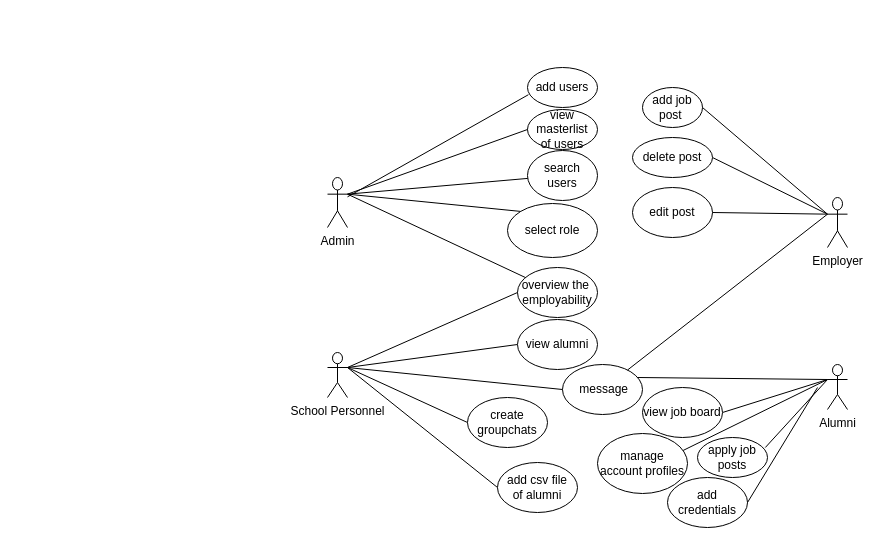
Earlier version of the draw.io diagram page "usecase diagram" (7 of 12) of docs/FLOWCHART.drawio (5kydriven/alumni-tracker-system-nuxt). Source tidied: cells renumbered, new cells numbered last; positions are measured from the earlier drawing's top-left corner, leaving out a move shared by most shapes. Both pictures are drawn from the tidied source at 100%, with x=0, y=0 at pixel (327, 67).
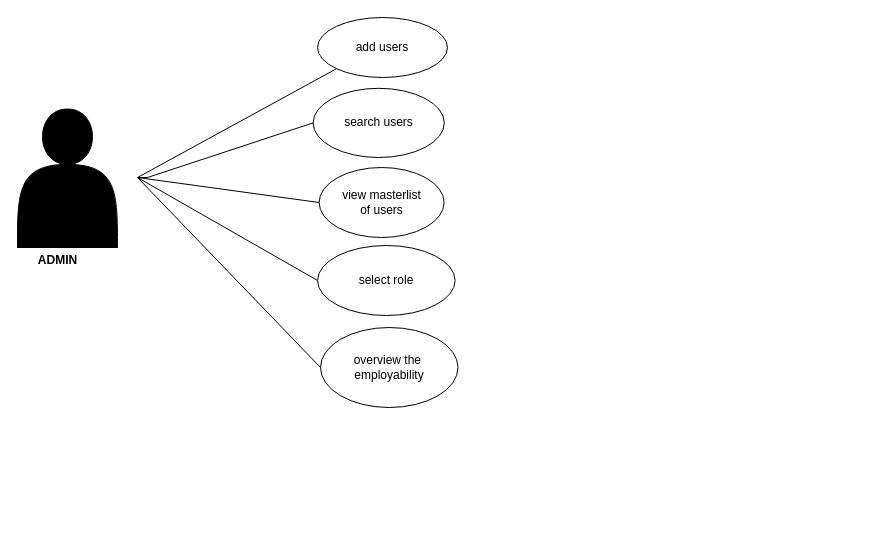
After the change.

What changed in the source:
```diff
@@
     <mxCell id="2" value="view masterlist&lt;div&gt;of users&lt;/div&gt;" style="ellipse;whiteSpace=wrap;html=1;" parent="1" vertex="1">
-      <mxGeometry x="200" y="42" width="70" height="40" as="geometry" />
+      <mxGeometry x="-8.4" y="100" width="125" height="70" as="geometry" />
     </mxCell>
     <mxCell id="3" value="add users" style="ellipse;whiteSpace=wrap;html=1;" parent="1" vertex="1">
-      <mxGeometry x="200" width="70" height="40" as="geometry" />
+      <mxGeometry x="-10" y="-50" width="130" height="60" as="geometry" />
     </mxCell>
     <mxCell id="4" value="select role" style="ellipse;whiteSpace=wrap;html=1;" parent="1" vertex="1">
-      <mxGeometry x="180" y="136" width="90" height="54" as="geometry" />
+      <mxGeometry x="-9.9" y="178" width="137.5" height="70" as="geometry" />
     </mxCell>
-    <mxCell id="5" value="add job post&amp;nbsp;" style="ellipse;whiteSpace=wrap;html=1;" parent="1" vertex="1">
-      <mxGeometry x="315" y="20" width="60" height="40" as="geometry" />
-    </mxCell>
-    <mxCell id="6" value="&amp;nbsp;message" style="ellipse;whiteSpace=wrap;html=1;" parent="1" vertex="1">
-      <mxGeometry x="235" y="297" width="80" height="50" as="geometry" />
-    </mxCell>
     <mxCell id="7" value="search users" style="ellipse;whiteSpace=wrap;html=1;" parent="1" vertex="1">
-      <mxGeometry x="200" y="83" width="70" height="50" as="geometry" />
+      <mxGeometry x="-14.4" y="20.8" width="131.2" height="69.2" as="geometry" />
     </mxCell>
-    <mxCell id="8" value="manage account profiles" style="ellipse;whiteSpace=wrap;html=1;" parent="1" vertex="1">
-      <mxGeometry x="270" y="366" width="90" height="60" as="geometry" />
-    </mxCell>
-    <mxCell id="9" style="endArrow=none;html=1;rounded=0;entryX=0.013;entryY=0.68;entryDx=0;entryDy=0;entryPerimeter=0;" parent="1" edge="1" source="30" target="3">
-      <mxGeometry relative="1" as="geometry" />
-    </mxCell>
-    <mxCell id="10" style="endArrow=none;html=1;rounded=0;entryX=0;entryY=0.5;entryDx=0;entryDy=0;exitX=1;exitY=0.3333333333333333;exitDx=0;exitDy=0;exitPerimeter=0;" parent="1" edge="1" source="30" target="2">
-      <mxGeometry relative="1" as="geometry" />
-    </mxCell>
-    <mxCell id="11" style="endArrow=none;html=1;rounded=0;exitX=1;exitY=0.3333333333333333;exitDx=0;exitDy=0;exitPerimeter=0;entryX=0;entryY=0.5;entryDx=0;entryDy=0;" parent="1" edge="1" source="14" target="31">
-      <mxGeometry relative="1" as="geometry" />
-    </mxCell>
-    <mxCell id="12" style="endArrow=none;html=1;rounded=0;exitX=1;exitY=0.3333333333333333;exitDx=0;exitDy=0;exitPerimeter=0;" parent="1" edge="1" source="30" target="7">
-      <mxGeometry relative="1" as="geometry" />
-    </mxCell>
-    <mxCell id="13" style="endArrow=none;html=1;rounded=0;exitX=1;exitY=0.3333333333333333;exitDx=0;exitDy=0;exitPerimeter=0;entryX=0;entryY=0.5;entryDx=0;entryDy=0;" parent="1" edge="1" source="14" target="16">
-      <mxGeometry relative="1" as="geometry" />
-    </mxCell>
-    <mxCell id="14" value="School Personnel" style="shape=umlActor;verticalLabelPosition=bottom;verticalAlign=top;html=1;outlineConnect=0;" parent="1" vertex="1">
-      <mxGeometry y="285" width="20" height="45" as="geometry" />
-    </mxCell>
-    <mxCell id="15" style="endArrow=none;html=1;rounded=0;entryX=0;entryY=0.5;entryDx=0;entryDy=0;exitX=1;exitY=0.3333333333333333;exitDx=0;exitDy=0;exitPerimeter=0;" parent="1" edge="1" source="14" target="17">
-      <mxGeometry relative="1" as="geometry" />
-    </mxCell>
-    <mxCell id="16" value="create groupchats" style="ellipse;whiteSpace=wrap;html=1;" parent="1" vertex="1">
-      <mxGeometry x="140" y="330" width="80" height="50" as="geometry" />
-    </mxCell>
-    <mxCell id="17" value="add csv file&lt;div&gt;of alumni&lt;/div&gt;" style="ellipse;whiteSpace=wrap;html=1;" parent="1" vertex="1">
-      <mxGeometry x="170" y="395" width="80" height="50" as="geometry" />
-    </mxCell>
-    <mxCell id="18" style="endArrow=none;html=1;rounded=0;entryX=0;entryY=0.5;entryDx=0;entryDy=0;exitX=1;exitY=0.3333333333333333;exitDx=0;exitDy=0;exitPerimeter=0;" parent="1" edge="1" source="14" target="6">
-      <mxGeometry relative="1" as="geometry" />
-    </mxCell>
-    <mxCell id="19" style="endArrow=none;html=1;rounded=0;exitX=1;exitY=0.5;exitDx=0;exitDy=0;entryX=0;entryY=0.3333333333333333;entryDx=0;entryDy=0;entryPerimeter=0;" parent="1" edge="1" source="24" target="23">
-      <mxGeometry relative="1" as="geometry" />
-    </mxCell>
-    <mxCell id="20" style="endArrow=none;html=1;rounded=0;exitX=1;exitY=0.5;exitDx=0;exitDy=0;entryX=0;entryY=0.3333333333333333;entryDx=0;entryDy=0;entryPerimeter=0;" parent="1" edge="1" source="5" target="23">
-      <mxGeometry relative="1" as="geometry" />
-    </mxCell>
-    <mxCell id="21" value="apply job posts" style="ellipse;whiteSpace=wrap;html=1;" parent="1" vertex="1">
-      <mxGeometry x="370" y="370" width="70" height="40" as="geometry" />
-    </mxCell>
-    <mxCell id="22" value="Alumni" style="shape=umlActor;verticalLabelPosition=bottom;verticalAlign=top;html=1;outlineConnect=0;" parent="1" vertex="1">
-      <mxGeometry x="500" y="297" width="20" height="45" as="geometry" />
-    </mxCell>
-    <mxCell id="23" value="Employer" style="shape=umlActor;verticalLabelPosition=bottom;verticalAlign=top;html=1;outlineConnect=0;" parent="1" vertex="1">
-      <mxGeometry x="500" y="130" width="20" height="50" as="geometry" />
-    </mxCell>
-    <mxCell id="24" value="delete post" style="ellipse;whiteSpace=wrap;html=1;" parent="1" vertex="1">
-      <mxGeometry x="305" y="70" width="80" height="40" as="geometry" />
-    </mxCell>
-    <mxCell id="25" style="endArrow=none;html=1;rounded=0;entryX=0.969;entryY=0.25;entryDx=0;entryDy=0;entryPerimeter=0;exitX=0;exitY=0.3333333333333333;exitDx=0;exitDy=0;exitPerimeter=0;" parent="1" edge="1" source="22" target="21">
-      <mxGeometry relative="1" as="geometry" />
-    </mxCell>
-    <mxCell id="26" style="endArrow=none;html=1;rounded=0;exitX=1;exitY=0.5;exitDx=0;exitDy=0;entryX=0;entryY=0.3333333333333333;entryDx=0;entryDy=0;entryPerimeter=0;" parent="1" edge="1" source="29" target="22">
-      <mxGeometry relative="1" as="geometry" />
-    </mxCell>
-    <mxCell id="27" style="endArrow=none;html=1;rounded=0;entryX=0;entryY=0.3333333333333333;entryDx=0;entryDy=0;entryPerimeter=0;" parent="1" edge="1" source="6" target="23">
-      <mxGeometry relative="1" as="geometry" />
-    </mxCell>
-    <mxCell id="28" style="endArrow=none;html=1;rounded=0;entryX=0;entryY=0.3333333333333333;entryDx=0;entryDy=0;entryPerimeter=0;exitX=0.951;exitY=0.283;exitDx=0;exitDy=0;exitPerimeter=0;" parent="1" edge="1" source="8" target="22">
-      <mxGeometry relative="1" as="geometry" />
-    </mxCell>
-    <mxCell id="29" value="view job board" style="ellipse;whiteSpace=wrap;html=1;" parent="1" vertex="1">
-      <mxGeometry x="315" y="320" width="80" height="50" as="geometry" />
-    </mxCell>
-    <mxCell id="30" value="Admin" style="shape=umlActor;verticalLabelPosition=bottom;verticalAlign=top;html=1;outlineConnect=0;" parent="1" vertex="1">
-      <mxGeometry y="110" width="20" height="50" as="geometry" />
-    </mxCell>
-    <mxCell id="31" value="view alumni" style="ellipse;whiteSpace=wrap;html=1;" parent="1" vertex="1">
-      <mxGeometry x="190" y="252" width="80" height="50" as="geometry" />
-    </mxCell>
+    <mxCell id="41" style="shape=actor;whiteSpace=wrap;html=1;strokeColor=#000000;fillColor=#000000;" parent="1" vertex="1">
+      <mxGeometry x="-310" y="41.5" width="100" height="138.5" as="geometry" />
+    </mxCell>
+    <mxCell id="42" style="endArrow=none;html=1;rounded=0;entryX=0;entryY=0.5;entryDx=0;entryDy=0;" parent="1" edge="1" target="4">
+      <mxGeometry relative="1" as="geometry">
+        <mxPoint x="-190" y="110" as="sourcePoint" />
+      </mxGeometry>
+    </mxCell>
+    <mxCell id="43" style="endArrow=none;html=1;rounded=0;entryX=0;entryY=0.5;entryDx=0;entryDy=0;" parent="1" edge="1" target="7">
+      <mxGeometry relative="1" as="geometry">
+        <mxPoint x="-180" y="110" as="sourcePoint" />
+        <Array as="points">
+          <mxPoint x="-190" y="110" />
+          <mxPoint x="-180" y="110" />
+        </Array>
+      </mxGeometry>
+    </mxCell>
+    <mxCell id="44" style="endArrow=none;html=1;rounded=0;entryX=0;entryY=0.5;entryDx=0;entryDy=0;" parent="1" edge="1" target="2">
+      <mxGeometry relative="1" as="geometry">
+        <mxPoint x="-190" y="110" as="sourcePoint" />
+      </mxGeometry>
+    </mxCell>
+    <mxCell id="45" style="endArrow=none;html=1;rounded=0;entryX=0;entryY=1;entryDx=0;entryDy=0;" parent="1" edge="1" target="3">
+      <mxGeometry relative="1" as="geometry">
+        <mxPoint x="-190" y="110" as="sourcePoint" />
+      </mxGeometry>
+    </mxCell>
     <mxCell id="32" value="overview the&amp;nbsp;&lt;div&gt;employability&lt;/div&gt;" style="ellipse;whiteSpace=wrap;html=1;" parent="1" vertex="1">
-      <mxGeometry x="190" y="200" width="80" height="50" as="geometry" />
+      <mxGeometry x="-7" y="260" width="137.5" height="80" as="geometry" />
     </mxCell>
-    <mxCell id="33" style="endArrow=none;html=1;rounded=0;exitX=1;exitY=0.3333333333333333;exitDx=0;exitDy=0;exitPerimeter=0;entryX=0;entryY=0;entryDx=0;entryDy=0;" parent="1" edge="1" source="30" target="4">
-      <mxGeometry relative="1" as="geometry" />
-    </mxCell>
-    <mxCell id="34" style="endArrow=none;html=1;rounded=0;exitX=1;exitY=0.3333333333333333;exitDx=0;exitDy=0;exitPerimeter=0;entryX=0;entryY=0.5;entryDx=0;entryDy=0;" parent="1" edge="1" source="14" target="32">
-      <mxGeometry relative="1" as="geometry" />
-    </mxCell>
-    <mxCell id="35" style="endArrow=none;html=1;rounded=0;exitX=1;exitY=0.3333333333333333;exitDx=0;exitDy=0;exitPerimeter=0;" parent="1" edge="1" source="30" target="32">
-      <mxGeometry relative="1" as="geometry" />
-    </mxCell>
-    <mxCell id="36" style="endArrow=none;html=1;rounded=0;exitX=0.938;exitY=0.26;exitDx=0;exitDy=0;exitPerimeter=0;entryX=0;entryY=0.3333333333333333;entryDx=0;entryDy=0;entryPerimeter=0;" parent="1" edge="1" source="6" target="22">
-      <mxGeometry relative="1" as="geometry" />
-    </mxCell>
-    <mxCell id="37" value="edit post" style="ellipse;whiteSpace=wrap;html=1;" parent="1" vertex="1">
-      <mxGeometry x="305" y="120" width="80" height="50" as="geometry" />
-    </mxCell>
-    <mxCell id="38" style="endArrow=none;html=1;rounded=0;exitX=1;exitY=0.5;exitDx=0;exitDy=0;entryX=0;entryY=0.3333333333333333;entryDx=0;entryDy=0;entryPerimeter=0;" parent="1" edge="1" source="37" target="23">
-      <mxGeometry relative="1" as="geometry" />
-    </mxCell>
-    <mxCell id="39" value="add credentials" style="ellipse;whiteSpace=wrap;html=1;" parent="1" vertex="1">
-      <mxGeometry x="340" y="410" width="80" height="50" as="geometry" />
-    </mxCell>
-    <mxCell id="40" style="endArrow=none;html=1;rounded=0;exitX=1;exitY=0.5;exitDx=0;exitDy=0;" parent="1" edge="1" source="39">
-      <mxGeometry relative="1" as="geometry">
-        <mxPoint x="490" y="320" as="targetPoint" />
-      </mxGeometry>
-    </mxCell>
+    <mxCell id="46" style="endArrow=none;html=1;rounded=0;entryX=0;entryY=0.5;entryDx=0;entryDy=0;" parent="1" edge="1" target="32">
+      <mxGeometry relative="1" as="geometry">
+        <mxPoint x="-190" y="110" as="sourcePoint" />
+      </mxGeometry>
+    </mxCell>
+    <mxCell id="47" value="&lt;b&gt;ADMIN&lt;/b&gt;" style="text;html=1;align=center;verticalAlign=middle;strokeColor=none;fillColor=none;" parent="1" vertex="1">
+      <mxGeometry x="-300" y="178" width="60" height="30" as="geometry" />
+    </mxCell>
```
